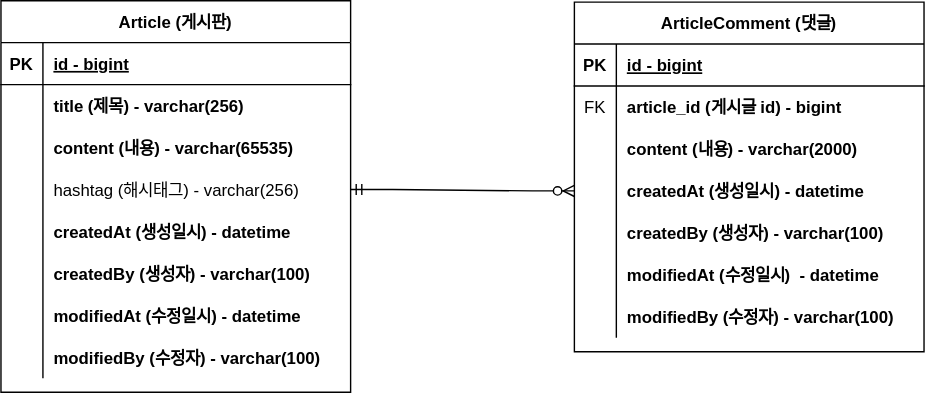
Before: document/project-board-erd.svg, a diagram exported from draw.io (kimhyeyun/SPRING-BOARD-PROJECT). Source tidied: cells renumbered, new cells last; positions are measured from the earlier drawing's top-left corner, leaving out a move shared by most shapes.
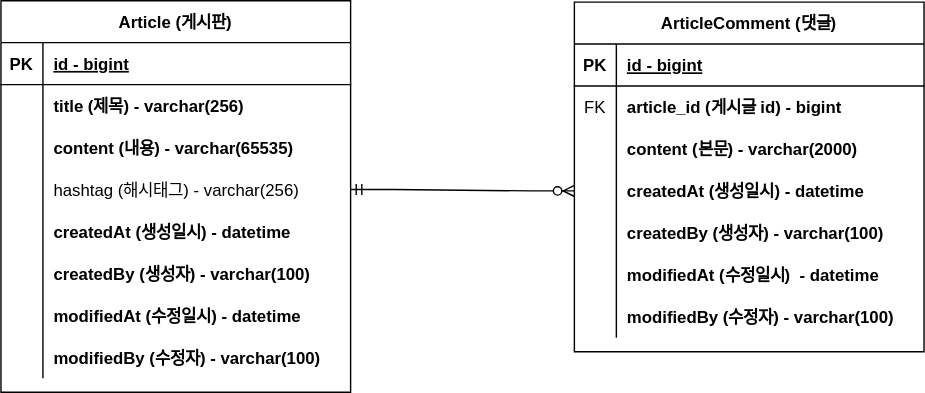
After the commit.

Diff of the diagram source:
```diff
@@ -104,7 +104,7 @@
     <mxCell id="35" style="shape=partialRectangle;overflow=hidden;fillColor=none;top=0;left=0;bottom=0;right=0;" parent="34" vertex="1">
       <mxGeometry width="30" height="30" as="geometry" />
     </mxCell>
-    <mxCell id="36" value="content (내용) - varchar(2000)" style="shape=partialRectangle;overflow=hidden;fillColor=none;top=0;left=0;bottom=0;right=0;align=left;spacingLeft=6;fontStyle=1;" parent="34" vertex="1">
+    <mxCell id="36" value="content (본문) - varchar(2000)" style="shape=partialRectangle;overflow=hidden;fillColor=none;top=0;left=0;bottom=0;right=0;align=left;spacingLeft=6;fontStyle=1;" parent="34" vertex="1">
       <mxGeometry x="30" width="220" height="30" as="geometry" />
     </mxCell>
     <mxCell id="37" style="shape=partialRectangle;fillColor=none;points=[[0,0.5],[1,0.5]];portConstraint=eastwest;top=0;left=0;right=0;bottom=0;" parent="27" vertex="1">
```
